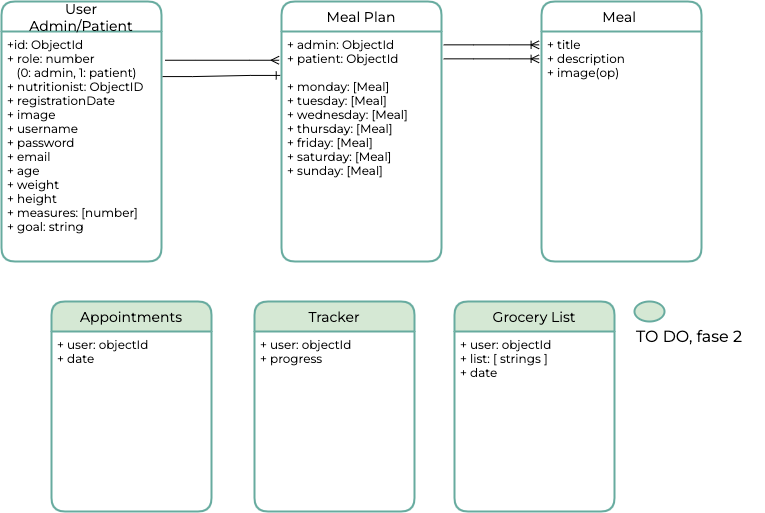
Earlier version of the draw.io export staff/mariana-martin/project/doc/images/data-models.png (manuelbarzi/neoland-parttime-202109). Source tidied: cells renumbered, new cells last; positions are measured from the earlier drawing's top-left corner, leaving out a move shared by most shapes.
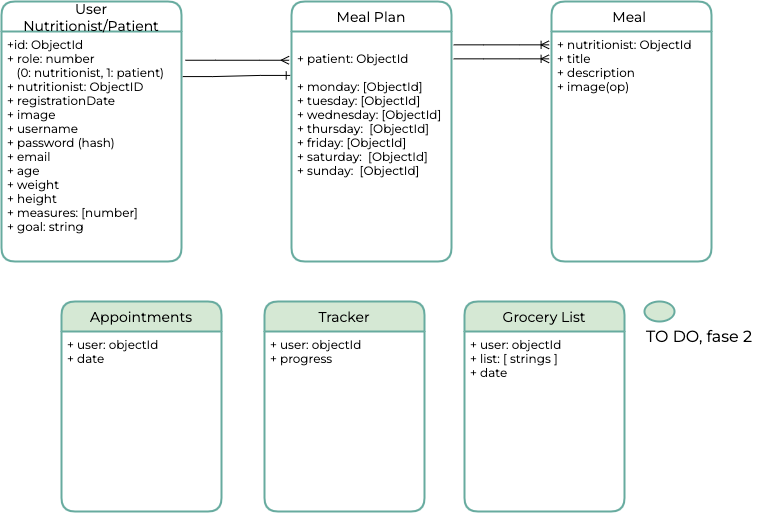
After the change.

The edit, as a diff of the source:
```diff
@@ -2,16 +2,16 @@
   <root>
     <mxCell id="0" />
     <mxCell id="1" parent="0" />
-    <mxCell id="2" value="User&#10;Admin/Patient" style="swimlane;horizontal=1;startSize=30;rounded=1;fontSize=14;fontStyle=0;strokeWidth=2;shadow=0;dashed=0;align=center;fontFamily=Montserrat;fontSource=https%3A%2F%2Ffonts.googleapis.com%2Fcss%3Ffamily%3DMontserrat;fillColor=#FFFFFF;strokeColor=#67AB9F;" parent="1" vertex="1">
-      <mxGeometry width="160" height="260" as="geometry" />
+    <mxCell id="2" value="User&#10;Nutritionist/Patient" style="swimlane;horizontal=1;startSize=30;rounded=1;fontSize=14;fontStyle=0;strokeWidth=2;shadow=0;dashed=0;align=center;fontFamily=Montserrat;fontSource=https%3A%2F%2Ffonts.googleapis.com%2Fcss%3Ffamily%3DMontserrat;fillColor=#FFFFFF;strokeColor=#67AB9F;" parent="1" vertex="1">
+      <mxGeometry x="-10" width="180" height="260" as="geometry" />
     </mxCell>
-    <mxCell id="3" value="+id: ObjectId&#10;+ role: number&#10;   (0: admin, 1: patient)&#10;+ nutritionist: ObjectID&#10;+ registrationDate&#10;+ image&#10;+ username&#10;+ password&#10;+ email&#10;+ age&#10;+ weight&#10;+ height&#10;+ measures: [number]&#10;+ goal: string&#10;&#10;" style="align=left;strokeColor=none;fillColor=none;spacingLeft=4;fontSize=12;verticalAlign=top;fontFamily=Montserrat;fontSource=https%3A%2F%2Ffonts.googleapis.com%2Fcss%3Ffamily%3DMontserrat;" parent="2" vertex="1">
-      <mxGeometry y="30" width="160" height="230" as="geometry" />
+    <mxCell id="3" value="+id: ObjectId&#10;+ role: number&#10;   (0: nutritionist, 1: patient)&#10;+ nutritionist: ObjectID&#10;+ registrationDate&#10;+ image&#10;+ username&#10;+ password (hash)&#10;+ email&#10;+ age&#10;+ weight&#10;+ height&#10;+ measures: [number]&#10;+ goal: string&#10;&#10;" style="align=left;strokeColor=none;fillColor=none;spacingLeft=4;fontSize=12;verticalAlign=top;fontFamily=Montserrat;fontSource=https%3A%2F%2Ffonts.googleapis.com%2Fcss%3Ffamily%3DMontserrat;" parent="2" vertex="1">
+      <mxGeometry y="30" width="180" height="230" as="geometry" />
     </mxCell>
     <mxCell id="4" value="Meal Plan" style="swimlane;horizontal=1;startSize=30;rounded=1;fontSize=14;fontStyle=0;strokeWidth=2;shadow=0;dashed=0;align=center;fontFamily=Montserrat;fontSource=https%3A%2F%2Ffonts.googleapis.com%2Fcss%3Ffamily%3DMontserrat;fillColor=#FFFFFF;strokeColor=#67AB9F;" parent="1" vertex="1">
       <mxGeometry x="280" width="160" height="260" as="geometry" />
     </mxCell>
-    <mxCell id="5" value="+ admin: ObjectId&#10;+ patient: ObjectId&#10;&#10;+ monday: [Meal]&#10;+ tuesday: [Meal]&#10;+ wednesday: [Meal]&#10;+ thursday: [Meal]&#10;+ friday: [Meal]&#10;+ saturday: [Meal]&#10;+ sunday: [Meal]&#10;" style="align=left;strokeColor=none;fillColor=none;spacingLeft=4;fontSize=12;verticalAlign=top;fontFamily=Montserrat;fontSource=https%3A%2F%2Ffonts.googleapis.com%2Fcss%3Ffamily%3DMontserrat;" parent="4" vertex="1">
+    <mxCell id="5" value="&#10;+ patient: ObjectId&#10;&#10;+ monday: [ObjectId]&#10;+ tuesday: [ObjectId]&#10;+ wednesday: [ObjectId]&#10;+ thursday:  [ObjectId]&#10;+ friday: [ObjectId]&#10;+ saturday:  [ObjectId]&#10;+ sunday:  [ObjectId]" style="align=left;strokeColor=none;fillColor=none;spacingLeft=4;fontSize=12;verticalAlign=top;fontFamily=Montserrat;fontSource=https%3A%2F%2Ffonts.googleapis.com%2Fcss%3Ffamily%3DMontserrat;" parent="4" vertex="1">
       <mxGeometry y="30" width="160" height="230" as="geometry" />
     </mxCell>
     <mxCell id="6" value="Grocery List" style="swimlane;horizontal=1;startSize=30;rounded=1;fontSize=14;fontStyle=0;strokeWidth=2;shadow=0;dashed=0;align=center;fontFamily=Montserrat;fontSource=https%3A%2F%2Ffonts.googleapis.com%2Fcss%3Ffamily%3DMontserrat;fillColor=#D5E8D4;strokeColor=#67AB9F;" parent="1" vertex="1">
@@ -35,7 +35,7 @@
     <mxCell id="12" value="Meal " style="swimlane;horizontal=1;startSize=30;rounded=1;fontSize=14;fontStyle=0;strokeWidth=2;shadow=0;dashed=0;align=center;fontFamily=Montserrat;fontSource=https%3A%2F%2Ffonts.googleapis.com%2Fcss%3Ffamily%3DMontserrat;fillColor=#FFFFFF;strokeColor=#67AB9F;" parent="1" vertex="1">
       <mxGeometry x="540" width="160" height="260" as="geometry" />
     </mxCell>
-    <mxCell id="13" value="+ title&#10;+ description&#10;+ image(op)&#10;&#10;" style="align=left;strokeColor=none;fillColor=none;spacingLeft=4;fontSize=12;verticalAlign=top;fontFamily=Montserrat;fontSource=https%3A%2F%2Ffonts.googleapis.com%2Fcss%3Ffamily%3DMontserrat;" parent="12" vertex="1">
+    <mxCell id="13" value="+ nutritionist: ObjectId&#10;+ title&#10;+ description&#10;+ image(op)&#10;&#10;" style="align=left;strokeColor=none;fillColor=none;spacingLeft=4;fontSize=12;verticalAlign=top;fontFamily=Montserrat;fontSource=https%3A%2F%2Ffonts.googleapis.com%2Fcss%3Ffamily%3DMontserrat;" parent="12" vertex="1">
       <mxGeometry y="30" width="160" height="230" as="geometry" />
     </mxCell>
     <mxCell id="14" style="ellipse;whiteSpace=wrap;html=1;fontFamily=Montserrat;fontSource=https%3A%2F%2Ffonts.googleapis.com%2Fcss%3Ffamily%3DMontserrat;fontSize=16;strokeColor=#67AB9F;strokeWidth=2;fillColor=#D5E8D4;" parent="1" vertex="1">
```
